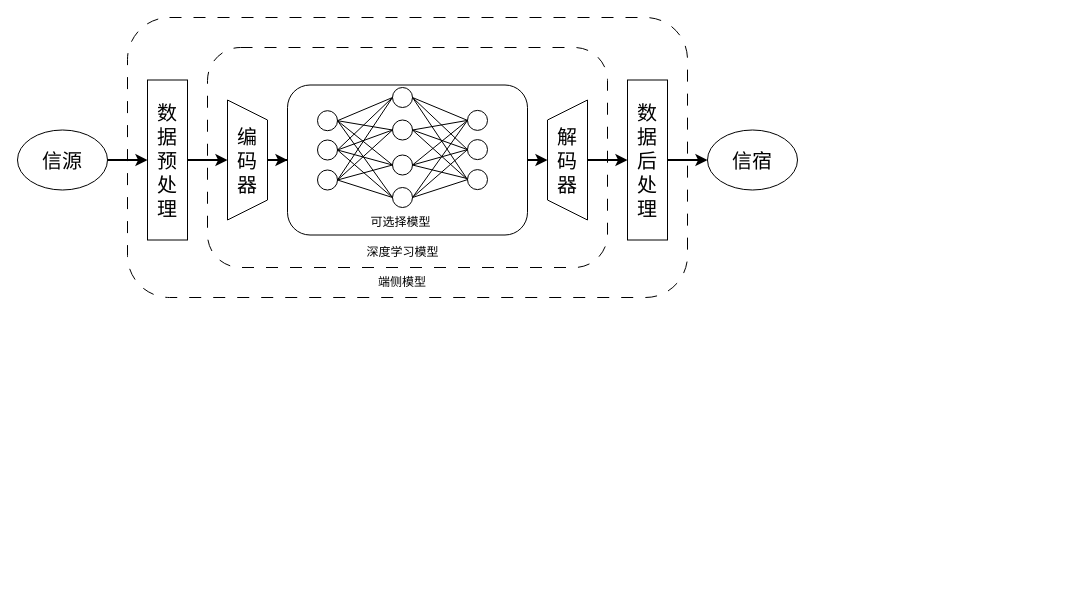
Earlier version of the draw.io diagram CoherenceEmbedding-Framwork.drawio (1434470591/wubotao.github.io). Source tidied: cells renumbered, new cells numbered last; positions are measured from the earlier drawing's top-left corner, leaving out a move shared by most shapes. Both pictures are drawn from the tidied source at 100%, with x=0, y=0 at pixel (17, 17). Pictures stored in the file or linked from it are replaced by grey dashed boxes.
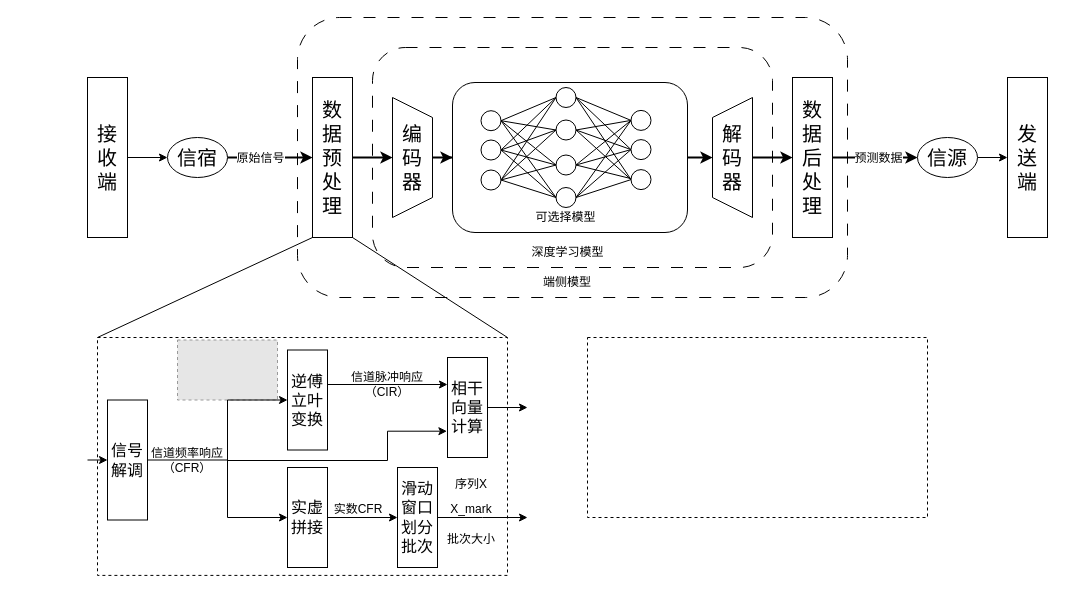
Above is the later version.

Unchanged cells that the change refers to:
```xml
<mxCell id="5" style="edgeStyle=orthogonalEdgeStyle;rounded=0;jettySize=auto;html=1;entryX=0;entryY=0.5;entryDx=0;entryDy=0;strokeWidth=2;" parent="1" edge="1" source="6" target="8">
  <mxGeometry relative="1" as="geometry" />
</mxCell>
<mxCell id="18" style="edgeStyle=orthogonalEdgeStyle;rounded=0;jettySize=auto;html=1;entryX=0;entryY=0.5;entryDx=0;entryDy=0;strokeWidth=2;" parent="1" edge="1" source="19" target="17">
  <mxGeometry relative="1" as="geometry" />
</mxCell>
```

The edit, as a diff of the source:
```diff
@@
+    <mxCell id="54" style="rounded=0;whiteSpace=wrap;html=1;dashed=1;strokeColor=default;" parent="1" vertex="1">
+      <mxGeometry x="570" y="320" width="340" height="180" as="geometry" />
+    </mxCell>
+    <mxCell id="55" style="rounded=0;whiteSpace=wrap;html=1;dashed=1;strokeColor=default;" parent="1" vertex="1">
+      <mxGeometry x="80" y="320" width="410" height="237.9" as="geometry" />
+    </mxCell>
     <mxCell id="2" style="rounded=1;whiteSpace=wrap;html=1;dashed=1;dashPattern=12 12;" parent="1" vertex="1">
-      <mxGeometry x="110" width="560" height="280" as="geometry" />
+      <mxGeometry x="280" width="550" height="280" as="geometry" />
     </mxCell>
     <mxCell id="3" style="rounded=1;whiteSpace=wrap;html=1;dashed=1;dashPattern=12 12;" parent="1" vertex="1">
-      <mxGeometry x="190" y="30" width="400" height="220" as="geometry" />
+      <mxGeometry x="355" y="30" width="400" height="220" as="geometry" />
     </mxCell>
     <mxCell id="4" style="rounded=1;whiteSpace=wrap;html=1;" parent="1" vertex="1">
-      <mxGeometry x="270" y="67.5" width="240" height="150" as="geometry" />
+      <mxGeometry x="435" y="65" width="235" height="150" as="geometry" />
     </mxCell>
@@
+    <mxCell id="56" value="&lt;font style=&quot;font-size: 12px;&quot;&gt;原始信号&lt;/font&gt;" style="edgeLabel;html=1;align=center;verticalAlign=middle;" parent="5" vertex="1">
+      <mxGeometry x="-0.24" relative="1" as="geometry" />
+    </mxCell>
-    <mxCell id="6" value="&lt;font style=&quot;font-size: 20px;&quot;&gt;信源&lt;/font&gt;" style="ellipse;whiteSpace=wrap;html=1;flipV=1;flipH=1;" parent="1" vertex="1">
-      <mxGeometry y="112.5" width="90" height="60" as="geometry" />
+    <mxCell id="6" value="&lt;font style=&quot;font-size: 20px;&quot;&gt;信宿&lt;/font&gt;" style="ellipse;whiteSpace=wrap;html=1;flipV=1;flipH=1;" parent="1" vertex="1">
+      <mxGeometry x="150" y="120" width="60" height="40" as="geometry" />
     </mxCell>
@@
     <mxCell id="8" value="&lt;font style=&quot;font-size: 20px;&quot; face=&quot;Helvetica&quot;&gt;数据预处理&lt;/font&gt;" style="rounded=0;whiteSpace=wrap;html=1;flipH=1;flipV=0;direction=east;" parent="1" vertex="1">
-      <mxGeometry x="130" y="62.5" width="40" height="160" as="geometry" />
+      <mxGeometry x="295" y="60" width="40" height="160" as="geometry" />
     </mxCell>
@@
     <mxCell id="10" value="&lt;font style=&quot;font-size: 20px;&quot;&gt;编码器&lt;/font&gt;" style="shape=trapezoid;perimeter=trapezoidPerimeter;whiteSpace=wrap;html=1;fixedSize=1;direction=south;" parent="1" vertex="1">
-      <mxGeometry x="210" y="82.5" width="40" height="120" as="geometry" />
+      <mxGeometry x="375" y="80" width="40" height="120" as="geometry" />
     </mxCell>
@@
     <mxCell id="12" value="&lt;font style=&quot;font-size: 20px;&quot;&gt;解码器&lt;/font&gt;" style="shape=trapezoid;perimeter=trapezoidPerimeter;whiteSpace=wrap;html=1;fixedSize=1;direction=north;" parent="1" vertex="1">
-      <mxGeometry x="530" y="82.5" width="40" height="120" as="geometry" />
+      <mxGeometry x="695" y="80" width="40" height="120" as="geometry" />
     </mxCell>
     <mxCell id="13" style="ellipse;whiteSpace=wrap;html=1;" parent="1" vertex="1">
-      <mxGeometry x="375" y="70" width="20" height="20" as="geometry" />
+      <mxGeometry x="538.5" y="70" width="20" height="20" as="geometry" />
     </mxCell>
     <mxCell id="14" style="ellipse;whiteSpace=wrap;html=1;" parent="1" vertex="1">
-      <mxGeometry x="375" y="102.5" width="20" height="20" as="geometry" />
+      <mxGeometry x="538.5" y="102.5" width="20" height="20" as="geometry" />
     </mxCell>
     <mxCell id="15" style="ellipse;whiteSpace=wrap;html=1;" parent="1" vertex="1">
-      <mxGeometry x="375" y="137.5" width="20" height="20" as="geometry" />
+      <mxGeometry x="538.5" y="137.5" width="20" height="20" as="geometry" />
     </mxCell>
     <mxCell id="16" style="ellipse;whiteSpace=wrap;html=1;" parent="1" vertex="1">
-      <mxGeometry x="375" y="170" width="20" height="20" as="geometry" />
+      <mxGeometry x="538.5" y="170" width="20" height="20" as="geometry" />
     </mxCell>
+    <mxCell id="57" style="edgeStyle=orthogonalEdgeStyle;rounded=0;jettySize=auto;html=1;entryX=0;entryY=0.5;entryDx=0;entryDy=0;" parent="1" edge="1" source="17" target="65">
+      <mxGeometry relative="1" as="geometry" />
+    </mxCell>
-    <mxCell id="17" value="&lt;font style=&quot;font-size: 20px;&quot;&gt;信宿&lt;/font&gt;" style="ellipse;whiteSpace=wrap;html=1;flipV=1;flipH=1;" parent="1" vertex="1">
-      <mxGeometry x="690" y="112.5" width="90" height="60" as="geometry" />
+    <mxCell id="17" value="&lt;font style=&quot;font-size: 20px;&quot;&gt;信源&lt;/font&gt;" style="ellipse;whiteSpace=wrap;html=1;flipV=1;flipH=1;" parent="1" vertex="1">
+      <mxGeometry x="900" y="120" width="60" height="40" as="geometry" />
     </mxCell>
@@
+    <mxCell id="58" value="&lt;font style=&quot;font-size: 12px;&quot;&gt;预测数据&lt;/font&gt;" style="edgeLabel;html=1;align=center;verticalAlign=middle;" parent="18" vertex="1">
+      <mxGeometry x="-0.09" y="-4" relative="1" as="geometry">
+        <mxPoint x="6" y="-4" as="offset" />
+      </mxGeometry>
+    </mxCell>
     <mxCell id="19" value="&lt;font style=&quot;font-size: 20px;&quot; face=&quot;Helvetica&quot;&gt;数据后处理&lt;/font&gt;" style="rounded=0;whiteSpace=wrap;html=1;flipH=1;flipV=0;direction=east;" parent="1" vertex="1">
-      <mxGeometry x="610" y="62.5" width="40" height="160" as="geometry" />
+      <mxGeometry x="775" y="60" width="40" height="160" as="geometry" />
     </mxCell>
     <mxCell id="20" style="ellipse;whiteSpace=wrap;html=1;" parent="1" vertex="1">
-      <mxGeometry x="300" y="93.2" width="20" height="20" as="geometry" />
+      <mxGeometry x="463.5" y="93.2" width="20" height="20" as="geometry" />
     </mxCell>
     <mxCell id="21" style="ellipse;whiteSpace=wrap;html=1;" parent="1" vertex="1">
-      <mxGeometry x="300" y="122.5" width="20" height="20" as="geometry" />
+      <mxGeometry x="463.5" y="122.5" width="20" height="20" as="geometry" />
     </mxCell>
     <mxCell id="22" style="ellipse;whiteSpace=wrap;html=1;" parent="1" vertex="1">
-      <mxGeometry x="300" y="152.5" width="20" height="20" as="geometry" />
+      <mxGeometry x="463.5" y="152.5" width="20" height="20" as="geometry" />
     </mxCell>
@@
     <mxCell id="35" style="ellipse;whiteSpace=wrap;html=1;" parent="1" vertex="1">
-      <mxGeometry x="450" y="92.9" width="20" height="20" as="geometry" />
+      <mxGeometry x="613.5" y="92.9" width="20" height="20" as="geometry" />
     </mxCell>
     <mxCell id="36" style="ellipse;whiteSpace=wrap;html=1;" parent="1" vertex="1">
-      <mxGeometry x="450" y="122.1" width="20" height="20" as="geometry" />
+      <mxGeometry x="613.5" y="122.1" width="20" height="20" as="geometry" />
     </mxCell>
     <mxCell id="37" style="ellipse;whiteSpace=wrap;html=1;" parent="1" vertex="1">
-      <mxGeometry x="450" y="152.1" width="20" height="20" as="geometry" />
+      <mxGeometry x="613.5" y="152.1" width="20" height="20" as="geometry" />
     </mxCell>
@@
     <mxCell id="50" value="深度学习模型" style="text;html=1;align=center;verticalAlign=middle;whiteSpace=wrap;rounded=0;" parent="1" vertex="1">
-      <mxGeometry x="347.5" y="220" width="75" height="30" as="geometry" />
+      <mxGeometry x="512.5" y="220" width="75" height="30" as="geometry" />
     </mxCell>
     <mxCell id="51" value="端侧模型" style="text;html=1;align=center;verticalAlign=middle;whiteSpace=wrap;rounded=0;" parent="1" vertex="1">
-      <mxGeometry x="355" y="250" width="60" height="30" as="geometry" />
+      <mxGeometry x="520" y="250" width="60" height="30" as="geometry" />
     </mxCell>
     <mxCell id="52" value="可选择模型" style="text;html=1;align=center;verticalAlign=middle;whiteSpace=wrap;rounded=0;" parent="1" vertex="1">
-      <mxGeometry x="346" y="190" width="75" height="30" as="geometry" />
+      <mxGeometry x="511" y="185" width="75" height="30" as="geometry" />
     </mxCell>
@@
+    <mxCell id="59" style="fillColor=#E6E6E6;strokeColor=#999999;dashed=1;verticalLabelPosition=bottom;labelBackgroundColor=default;verticalAlign=top;" parent="1" vertex="1">
+      <mxGeometry x="160" y="322.5" width="100" height="60" as="geometry" />
+    </mxCell>
+    <mxCell id="60" value="&lt;span style=&quot;font-size: 16px;&quot;&gt;逆傅立叶变换&lt;/span&gt;" style="rounded=0;whiteSpace=wrap;html=1;shape=label;direction=south;" parent="1" vertex="1">
+      <mxGeometry x="270" y="332.5" width="40" height="100" as="geometry" />
+    </mxCell>
+    <mxCell id="61" style="edgeStyle=orthogonalEdgeStyle;rounded=0;jettySize=auto;html=1;entryX=0.5;entryY=1;entryDx=0;entryDy=0;" parent="1" edge="1" source="62" target="60">
+      <mxGeometry relative="1" as="geometry">
+        <Array as="points">
+          <mxPoint x="210" y="443" />
+          <mxPoint x="210" y="383" />
+          <mxPoint x="270" y="383" />
+        </Array>
+      </mxGeometry>
+    </mxCell>
+    <mxCell id="62" value="&lt;font style=&quot;font-size: 16px;&quot;&gt;信号解调&lt;/font&gt;" style="rounded=0;whiteSpace=wrap;html=1;shape=label;direction=south;" parent="1" vertex="1">
+      <mxGeometry x="90" y="382.5" width="40" height="120" as="geometry" />
+    </mxCell>
+    <mxCell id="63" style="edgeStyle=orthogonalEdgeStyle;rounded=0;jettySize=auto;html=1;entryX=0;entryY=0.5;entryDx=0;entryDy=0;" parent="1" edge="1" source="64" target="6">
+      <mxGeometry relative="1" as="geometry" />
+    </mxCell>
+    <mxCell id="64" value="&lt;span style=&quot;font-size: 20px;&quot;&gt;接收端&lt;/span&gt;" style="rounded=0;whiteSpace=wrap;html=1;flipH=1;flipV=0;direction=east;" parent="1" vertex="1">
+      <mxGeometry x="70" y="60" width="40" height="160" as="geometry" />
+    </mxCell>
+    <mxCell id="65" value="&lt;span style=&quot;font-size: 20px;&quot;&gt;发送端&lt;/span&gt;" style="rounded=0;whiteSpace=wrap;html=1;flipH=1;flipV=0;direction=east;" parent="1" vertex="1">
+      <mxGeometry x="990" y="60" width="40" height="160" as="geometry" />
+    </mxCell>
+    <mxCell id="66" style="endArrow=none;html=1;rounded=0;entryX=0;entryY=1;entryDx=0;entryDy=0;exitX=0;exitY=0;exitDx=0;exitDy=0;" parent="1" edge="1" source="55" target="8">
+      <mxGeometry relative="1" as="geometry" />
+    </mxCell>
+    <mxCell id="67" style="endArrow=none;html=1;rounded=0;entryX=1;entryY=0;entryDx=0;entryDy=0;exitX=1;exitY=1;exitDx=0;exitDy=0;" parent="1" edge="1" source="8" target="55">
+      <mxGeometry relative="1" as="geometry" />
+    </mxCell>
+    <mxCell id="68" style="endArrow=classic;html=1;rounded=0;entryX=0.5;entryY=1;entryDx=0;entryDy=0;" parent="1" edge="1" target="62">
+      <mxGeometry relative="1" as="geometry">
+        <mxPoint x="70" y="442.5" as="sourcePoint" />
+      </mxGeometry>
+    </mxCell>
+    <mxCell id="69" style="endArrow=classic;html=1;rounded=0;exitX=0.5;exitY=0;exitDx=0;exitDy=0;entryX=0.5;entryY=1;entryDx=0;entryDy=0;" parent="1" edge="1">
+      <mxGeometry relative="1" as="geometry">
+        <mxPoint x="310" y="367" as="sourcePoint" />
+        <mxPoint x="430" y="367" as="targetPoint" />
+      </mxGeometry>
+    </mxCell>
+    <mxCell id="70" value="&lt;font style=&quot;font-size: 16px;&quot;&gt;相干向量计算&lt;/font&gt;" style="rounded=0;whiteSpace=wrap;html=1;shape=label;direction=south;" parent="1" vertex="1">
+      <mxGeometry x="430" y="340" width="40" height="100" as="geometry" />
+    </mxCell>
+    <mxCell id="71" value="信道脉冲响应（CIR）" style="text;html=1;align=center;verticalAlign=middle;whiteSpace=wrap;rounded=0;" parent="1" vertex="1">
+      <mxGeometry x="320" y="352.1" width="100" height="30" as="geometry" />
+    </mxCell>
+    <mxCell id="72" style="endArrow=classic;html=1;rounded=0;exitX=0.5;exitY=0;exitDx=0;exitDy=0;" parent="1" edge="1" source="70">
+      <mxGeometry relative="1" as="geometry">
+        <mxPoint x="510" y="390" as="targetPoint" />
+      </mxGeometry>
+    </mxCell>
+    <mxCell id="73" style="endArrow=none;html=1;rounded=0;" parent="1" edge="1">
+      <mxGeometry relative="1" as="geometry">
+        <mxPoint x="210" y="440" as="sourcePoint" />
+        <mxPoint x="210" y="500" as="targetPoint" />
+      </mxGeometry>
+    </mxCell>
+    <mxCell id="74" style="edgeStyle=orthogonalEdgeStyle;rounded=0;jettySize=auto;html=1;entryX=0.737;entryY=1.015;entryDx=0;entryDy=0;entryPerimeter=0;" parent="1" edge="1" target="70">
+      <mxGeometry relative="1" as="geometry">
+        <mxPoint x="210" y="442" as="sourcePoint" />
+        <Array as="points">
+          <mxPoint x="370" y="443" />
+          <mxPoint x="370" y="414" />
+        </Array>
+      </mxGeometry>
+    </mxCell>
+    <mxCell id="75" style="edgeStyle=orthogonalEdgeStyle;rounded=0;jettySize=auto;html=1;entryX=0.5;entryY=1;entryDx=0;entryDy=0;" parent="1" edge="1" source="76" target="80">
+      <mxGeometry relative="1" as="geometry" />
+    </mxCell>
+    <mxCell id="76" value="&lt;span style=&quot;font-size: 16px;&quot;&gt;实虚拼接&lt;/span&gt;" style="rounded=0;whiteSpace=wrap;html=1;shape=label;direction=south;" parent="1" vertex="1">
+      <mxGeometry x="270" y="450" width="40" height="100" as="geometry" />
+    </mxCell>
+    <mxCell id="77" style="endArrow=classic;html=1;rounded=0;entryX=0.5;entryY=1;entryDx=0;entryDy=0;" parent="1" edge="1" target="76">
+      <mxGeometry relative="1" as="geometry">
+        <mxPoint x="210" y="500" as="sourcePoint" />
+      </mxGeometry>
+    </mxCell>
+    <mxCell id="78" value="信道频率响应（CFR）" style="text;html=1;align=center;verticalAlign=middle;whiteSpace=wrap;rounded=0;" parent="1" vertex="1">
+      <mxGeometry x="120" y="427.5" width="100" height="30" as="geometry" />
+    </mxCell>
+    <mxCell id="79" style="edgeStyle=orthogonalEdgeStyle;rounded=0;jettySize=auto;html=1;" parent="1" edge="1" source="80">
+      <mxGeometry relative="1" as="geometry">
+        <mxPoint x="510" y="500" as="targetPoint" />
+      </mxGeometry>
+    </mxCell>
+    <mxCell id="80" value="&lt;span style=&quot;font-size: 16px;&quot;&gt;滑动窗口划分批次&lt;/span&gt;" style="rounded=0;whiteSpace=wrap;html=1;shape=label;direction=south;" parent="1" vertex="1">
+      <mxGeometry x="380" y="450" width="40" height="100" as="geometry" />
+    </mxCell>
+    <mxCell id="81" value="实数CFR" style="text;html=1;align=center;verticalAlign=middle;whiteSpace=wrap;rounded=0;" parent="1" vertex="1">
+      <mxGeometry x="291" y="477" width="100" height="30" as="geometry" />
+    </mxCell>
+    <mxCell id="82" value="序列X" style="text;html=1;align=center;verticalAlign=middle;whiteSpace=wrap;rounded=0;" parent="1" vertex="1">
+      <mxGeometry x="424" y="452.1" width="60" height="30" as="geometry" />
+    </mxCell>
+    <mxCell id="83" value="X_mark" style="text;html=1;align=center;verticalAlign=middle;whiteSpace=wrap;rounded=0;" parent="1" vertex="1">
+      <mxGeometry x="424" y="477" width="60" height="30" as="geometry" />
+    </mxCell>
+    <mxCell id="84" value="批次大小" style="text;html=1;align=center;verticalAlign=middle;whiteSpace=wrap;rounded=0;" parent="1" vertex="1">
+      <mxGeometry x="424" y="507" width="60" height="30" as="geometry" />
+    </mxCell>
```
